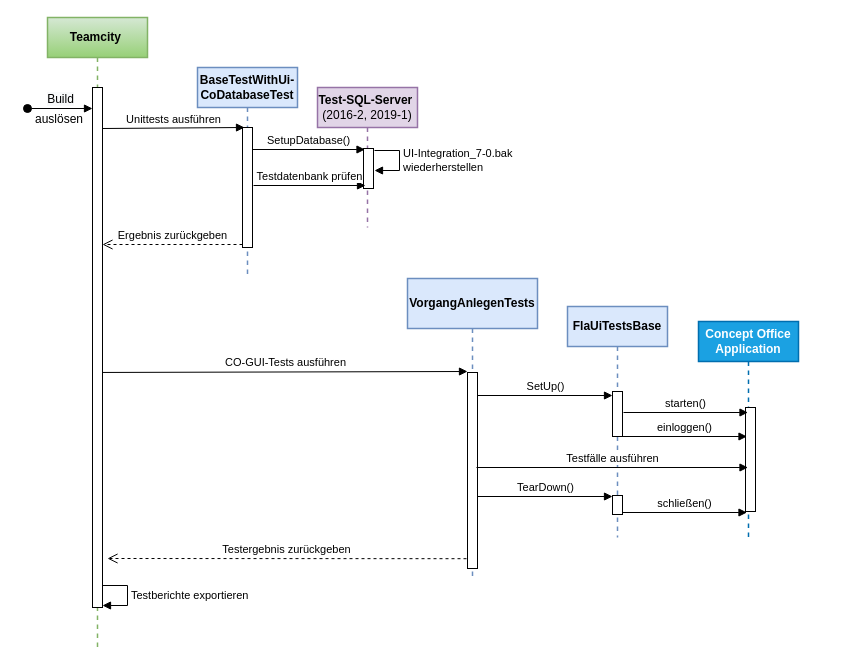
Before: page "Sequendiagram" (2 of 2) of testclass diagram.drawio in tuannguyenvn/DrawIO, a draw.io diagram. Source tidied: cells renumbered, new cells numbered last; positions are measured from the earlier drawing's top-left corner, leaving out a move shared by most shapes. Both pictures are drawn from the tidied source at 100%, with x=0, y=0 at pixel (27, 17).
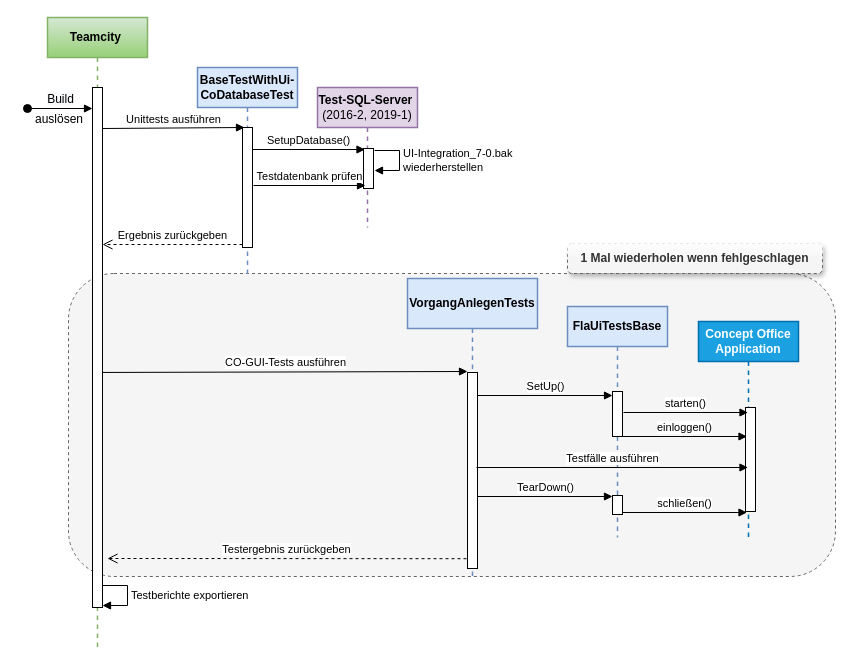
Above is the later version.

The edit, as a diff of the source:
```diff
@@
+    <mxCell id="31" style="rounded=1;whiteSpace=wrap;html=1;dashed=1;fillColor=#f5f5f5;strokeColor=#666666;shadow=0;sketch=0;glass=0;fontColor=#333333;" parent="1" vertex="1">
+      <mxGeometry x="41" y="256" width="767" height="303" as="geometry" />
+    </mxCell>
@@
+    <mxCell id="32" value="&lt;b&gt;1 Mal wiederholen wenn fehlgeschlagen&lt;/b&gt;" style="text;html=1;strokeColor=#666666;fillColor=#f5f5f5;align=center;verticalAlign=middle;whiteSpace=wrap;rounded=1;dashed=1;fontColor=#333333;shadow=1;glass=1;" parent="1" vertex="1">
+      <mxGeometry x="540" y="226" width="255" height="30" as="geometry" />
+    </mxCell>
```
